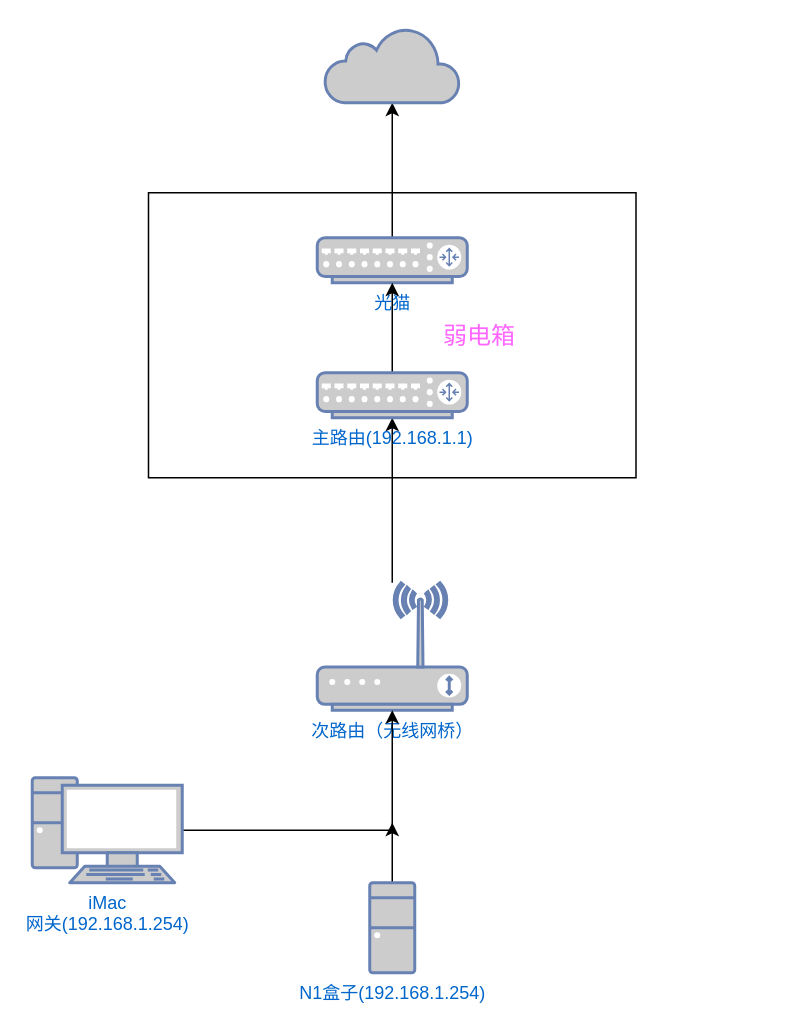
Above: 拓扑.drawio in yuanchaowang/subscribe (draw.io), before the change. Source tidied: cells renumbered, new cells numbered last; positions are measured from the earlier drawing's top-left corner, leaving out a move shared by most shapes. Both pictures are drawn from the tidied source at 150%, with x=0, y=0 at pixel (32, 27).
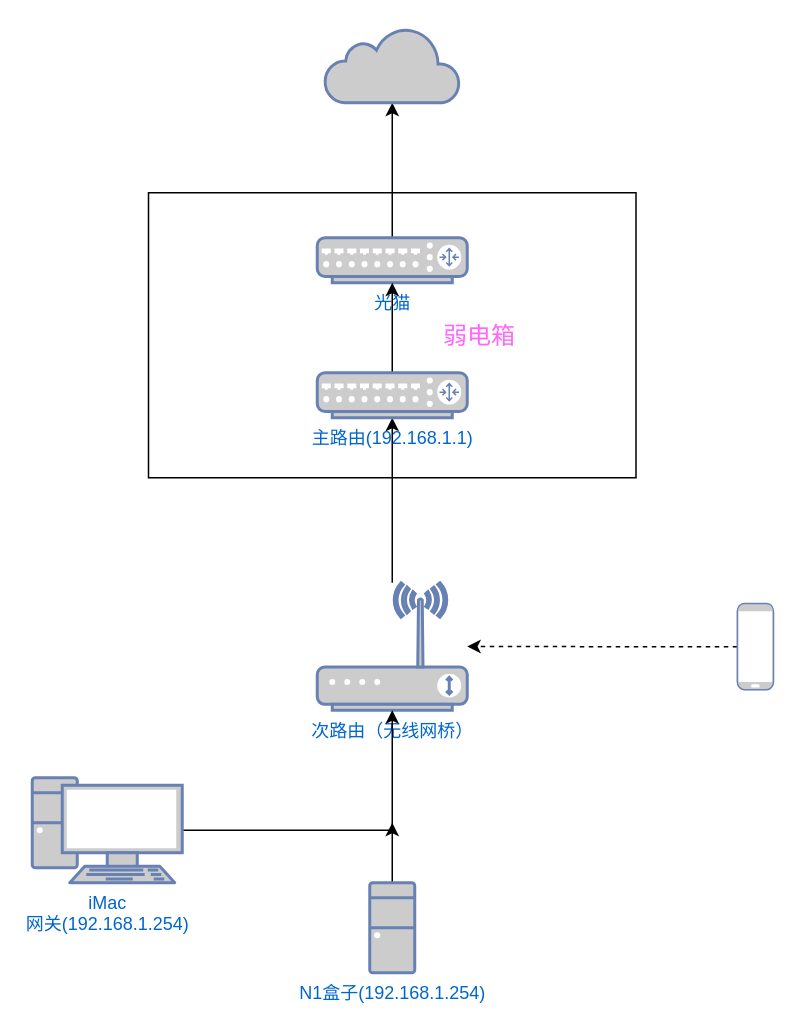
Above is the later version.

Diff of the diagram source:
```diff
@@
 <mxGraphModel>
   <root>
     <mxCell id="0" />
     <mxCell id="1" parent="0" />
     <mxCell id="2" value="&lt;font style=&quot;font-size: 16px&quot; color=&quot;#ff66ff&quot;&gt;&amp;nbsp; &amp;nbsp; &amp;nbsp; &amp;nbsp; &amp;nbsp; &amp;nbsp; &amp;nbsp; &amp;nbsp; &amp;nbsp; &amp;nbsp; &amp;nbsp; &amp;nbsp; &amp;nbsp; 弱电箱&lt;/font&gt;" style="whiteSpace=wrap;html=1;" parent="1" vertex="1">
       <mxGeometry x="77.5" y="110" width="325" height="190" as="geometry" />
     </mxCell>
     <mxCell id="3" style="edgeStyle=orthogonalEdgeStyle;rounded=0;jettySize=auto;html=1;" parent="1" edge="1" source="4" target="11">
       <mxGeometry relative="1" as="geometry" />
     </mxCell>
     <mxCell id="4" value="光猫&lt;br&gt;" style="fontColor=#0066CC;verticalAlign=top;verticalLabelPosition=bottom;labelPosition=center;align=center;html=1;outlineConnect=0;fillColor=#CCCCCC;strokeColor=#6881B3;gradientColor=none;gradientDirection=north;strokeWidth=2;shape=mxgraph.networks.router;" parent="1" vertex="1">
       <mxGeometry x="190" y="140" width="100" height="30" as="geometry" />
     </mxCell>
     <mxCell id="5" style="edgeStyle=orthogonalEdgeStyle;rounded=0;jettySize=auto;html=1;" parent="1" edge="1" source="6" target="8">
       <mxGeometry relative="1" as="geometry" />
     </mxCell>
     <mxCell id="6" value="次路由（无线网桥）" style="fontColor=#0066CC;verticalAlign=top;verticalLabelPosition=bottom;labelPosition=center;align=center;html=1;outlineConnect=0;fillColor=#CCCCCC;strokeColor=#6881B3;gradientColor=none;gradientDirection=north;strokeWidth=2;shape=mxgraph.networks.wireless_modem;" parent="1" vertex="1">
       <mxGeometry x="190" y="370" width="100" height="85" as="geometry" />
     </mxCell>
     <mxCell id="7" style="edgeStyle=orthogonalEdgeStyle;rounded=0;jettySize=auto;html=1;entryX=0.5;entryY=1;entryDx=0;entryDy=0;entryPerimeter=0;" parent="1" edge="1" source="8" target="4">
       <mxGeometry relative="1" as="geometry" />
     </mxCell>
     <mxCell id="8" value="主路由(192.168.1.1)" style="fontColor=#0066CC;verticalAlign=top;verticalLabelPosition=bottom;labelPosition=center;align=center;html=1;outlineConnect=0;fillColor=#CCCCCC;strokeColor=#6881B3;gradientColor=none;gradientDirection=north;strokeWidth=2;shape=mxgraph.networks.router;" parent="1" vertex="1">
       <mxGeometry x="190" y="230" width="100" height="30" as="geometry" />
     </mxCell>
     <mxCell id="9" style="edgeStyle=orthogonalEdgeStyle;rounded=0;jettySize=auto;html=1;" parent="1" edge="1" source="10" target="6">
       <mxGeometry relative="1" as="geometry" />
     </mxCell>
     <mxCell id="10" value="iMac&lt;br&gt;网关(192.168.1.254)" style="fontColor=#0066CC;verticalAlign=top;verticalLabelPosition=bottom;labelPosition=center;align=center;html=1;outlineConnect=0;fillColor=#CCCCCC;strokeColor=#6881B3;gradientColor=none;gradientDirection=north;strokeWidth=2;shape=mxgraph.networks.pc;" parent="1" vertex="1">
       <mxGeometry y="500" width="100" height="70" as="geometry" />
     </mxCell>
     <mxCell id="11" style="html=1;outlineConnect=0;fillColor=#CCCCCC;strokeColor=#6881B3;gradientColor=none;gradientDirection=north;strokeWidth=2;shape=mxgraph.networks.cloud;fontColor=#ffffff;" parent="1" vertex="1">
       <mxGeometry x="195" width="90" height="50" as="geometry" />
     </mxCell>
     <mxCell id="12" style="edgeStyle=orthogonalEdgeStyle;rounded=0;jettySize=auto;html=1;" parent="1" edge="1" source="13">
       <mxGeometry relative="1" as="geometry">
         <mxPoint x="240" y="530" as="targetPoint" />
       </mxGeometry>
     </mxCell>
     <mxCell id="13" value="N1盒子(192.168.1.254)" style="fontColor=#0066CC;verticalAlign=top;verticalLabelPosition=bottom;labelPosition=center;align=center;html=1;outlineConnect=0;fillColor=#CCCCCC;strokeColor=#6881B3;gradientColor=none;gradientDirection=north;strokeWidth=2;shape=mxgraph.networks.desktop_pc;" parent="1" vertex="1">
       <mxGeometry x="225" y="570" width="30" height="60" as="geometry" />
     </mxCell>
+    <mxCell id="14" style="edgeStyle=orthogonalEdgeStyle;rounded=0;jettySize=auto;html=1;strokeColor=none;" parent="1" edge="1" source="16" target="6">
+      <mxGeometry relative="1" as="geometry" />
+    </mxCell>
+    <mxCell id="15" style="edgeStyle=orthogonalEdgeStyle;jettySize=auto;html=1;strokeColor=#000000;rounded=0;dashed=1;" parent="1" edge="1" source="16" target="6">
+      <mxGeometry relative="1" as="geometry" />
+    </mxCell>
+    <mxCell id="16" style="fontColor=#0066CC;verticalAlign=top;verticalLabelPosition=bottom;labelPosition=center;align=center;html=1;outlineConnect=0;fillColor=#CCCCCC;strokeColor=#6881B3;gradientColor=none;gradientDirection=north;strokeWidth=2;shape=mxgraph.networks.mobile;" parent="1" vertex="1">
+      <mxGeometry x="470" y="383.8" width="24.2" height="57.5" as="geometry" />
+    </mxCell>
   </root>
 </mxGraphModel>
```
